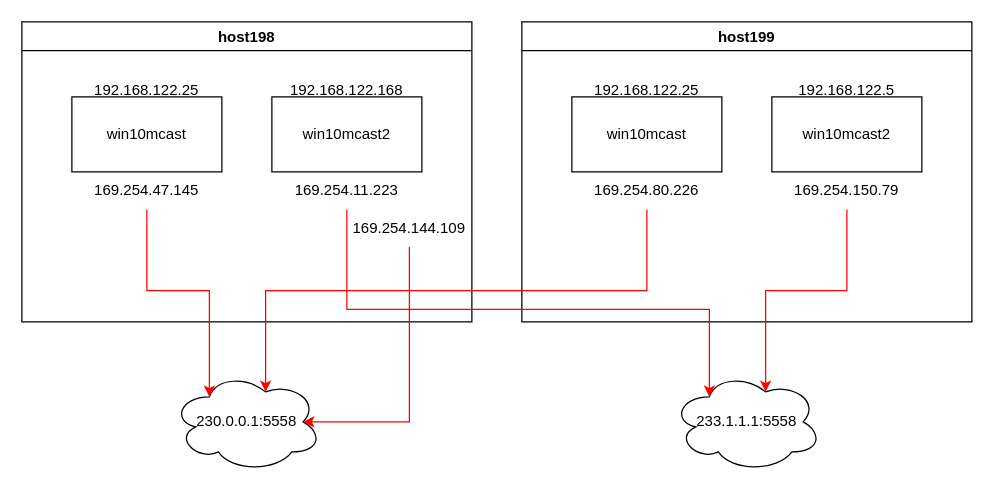
Jerry-se/UML keeps this draw.io diagram as page "Multicast" (6 of 6) of DBC-AIComputingNet.drawio. Above is the earlier version. Source tidied: cells renumbered, new cells numbered last; positions are measured from the earlier drawing's top-left corner, leaving out a move shared by most shapes. Both pictures are drawn from the tidied source at 125%, with x=0, y=0 at pixel (21, 21).
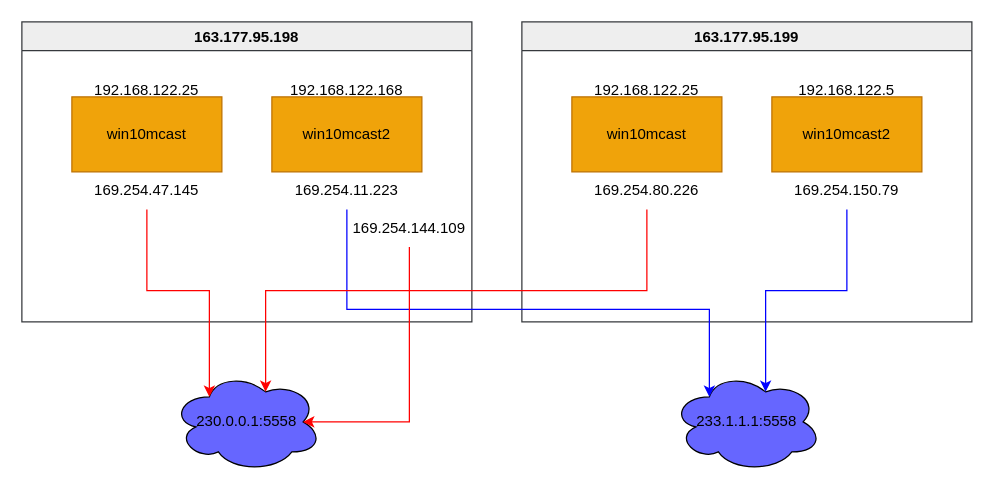
Above is the later version.

The change refers to these unchanged cells:
```xml
<mxCell id="8" value="169.254.11.223" style="text;html=1;strokeColor=none;fillColor=none;align=center;verticalAlign=middle;whiteSpace=wrap;rounded=0;" parent="2" vertex="1">
  <mxGeometry x="230" y="120" width="60" height="30" as="geometry" />
</mxCell>
<mxCell id="16" value="169.254.150.79" style="text;html=1;strokeColor=none;fillColor=none;align=center;verticalAlign=middle;whiteSpace=wrap;rounded=0;" parent="10" vertex="1">
  <mxGeometry x="230" y="120" width="60" height="30" as="geometry" />
</mxCell>
```

What changed in the source:
```diff
@@
-    <mxCell id="2" value="host198" style="swimlane;" parent="1" vertex="1">
+    <mxCell id="2" value="163.177.95.198" style="swimlane;startSize=23;fillColor=#eeeeee;strokeColor=#36393d;" parent="1" vertex="1">
       <mxGeometry width="360" height="240" as="geometry" />
     </mxCell>
-    <mxCell id="3" value="win10mcast" style="rounded=0;whiteSpace=wrap;html=1;" parent="2" vertex="1">
+    <mxCell id="3" value="win10mcast" style="rounded=0;whiteSpace=wrap;html=1;fillColor=#f0a30a;fontColor=#000000;strokeColor=#BD7000;" parent="2" vertex="1">
       <mxGeometry x="40" y="60" width="120" height="60" as="geometry" />
     </mxCell>
-    <mxCell id="4" value="win10mcast2" style="rounded=0;whiteSpace=wrap;html=1;" parent="2" vertex="1">
+    <mxCell id="4" value="win10mcast2" style="rounded=0;whiteSpace=wrap;html=1;fillColor=#f0a30a;fontColor=#000000;strokeColor=#BD7000;" parent="2" vertex="1">
       <mxGeometry x="200" y="60" width="120" height="60" as="geometry" />
     </mxCell>
@@
-    <mxCell id="10" value="host199" style="swimlane;" parent="1" vertex="1">
+    <mxCell id="10" value="163.177.95.199" style="swimlane;fillColor=#eeeeee;strokeColor=#36393d;" parent="1" vertex="1">
       <mxGeometry x="400" width="360" height="240" as="geometry" />
     </mxCell>
-    <mxCell id="11" value="win10mcast" style="rounded=0;whiteSpace=wrap;html=1;" parent="10" vertex="1">
+    <mxCell id="11" value="win10mcast" style="rounded=0;whiteSpace=wrap;html=1;fillColor=#f0a30a;fontColor=#000000;strokeColor=#BD7000;" parent="10" vertex="1">
       <mxGeometry x="40" y="60" width="120" height="60" as="geometry" />
     </mxCell>
-    <mxCell id="12" value="win10mcast2" style="rounded=0;whiteSpace=wrap;html=1;" parent="10" vertex="1">
+    <mxCell id="12" value="win10mcast2" style="rounded=0;whiteSpace=wrap;html=1;fillColor=#f0a30a;fontColor=#000000;strokeColor=#BD7000;" parent="10" vertex="1">
       <mxGeometry x="200" y="60" width="120" height="60" as="geometry" />
     </mxCell>
@@
-    <mxCell id="17" value="230.0.0.1:5558" style="ellipse;shape=cloud;whiteSpace=wrap;html=1;" parent="1" vertex="1">
+    <mxCell id="17" value="230.0.0.1:5558" style="ellipse;shape=cloud;whiteSpace=wrap;html=1;gradientColor=none;fillColor=#6666FF;" parent="1" vertex="1">
       <mxGeometry x="120" y="280" width="120" height="80" as="geometry" />
     </mxCell>
@@
-    <mxCell id="19" value="233.1.1.1:5558" style="ellipse;shape=cloud;whiteSpace=wrap;html=1;" parent="1" vertex="1">
+    <mxCell id="19" value="233.1.1.1:5558" style="ellipse;shape=cloud;whiteSpace=wrap;html=1;fillColor=#6666FF;" parent="1" vertex="1">
       <mxGeometry x="520" y="280" width="120" height="80" as="geometry" />
     </mxCell>
-    <mxCell id="20" style="edgeStyle=orthogonalEdgeStyle;rounded=0;jettySize=auto;html=1;exitX=0.5;exitY=1;exitDx=0;exitDy=0;entryX=0.25;entryY=0.25;entryDx=0;entryDy=0;entryPerimeter=0;strokeColor=#FF0000;" parent="1" edge="1" source="8" target="19">
+    <mxCell id="20" style="edgeStyle=orthogonalEdgeStyle;rounded=0;jettySize=auto;html=1;exitX=0.5;exitY=1;exitDx=0;exitDy=0;entryX=0.25;entryY=0.25;entryDx=0;entryDy=0;entryPerimeter=0;strokeColor=#0000FF;" parent="1" edge="1" source="8" target="19">
       <mxGeometry relative="1" as="geometry">
         <Array as="points">
           <mxPoint x="260" y="230" />
           <mxPoint x="550" y="230" />
         </Array>
       </mxGeometry>
     </mxCell>
-    <mxCell id="21" style="edgeStyle=orthogonalEdgeStyle;rounded=0;jettySize=auto;html=1;exitX=0.5;exitY=1;exitDx=0;exitDy=0;entryX=0.625;entryY=0.2;entryDx=0;entryDy=0;entryPerimeter=0;strokeColor=#FF0000;" parent="1" edge="1" source="16" target="19">
+    <mxCell id="21" style="edgeStyle=orthogonalEdgeStyle;rounded=0;jettySize=auto;html=1;exitX=0.5;exitY=1;exitDx=0;exitDy=0;entryX=0.625;entryY=0.2;entryDx=0;entryDy=0;entryPerimeter=0;strokeColor=#0000FF;" parent="1" edge="1" source="16" target="19">
       <mxGeometry relative="1" as="geometry" />
     </mxCell>
```
